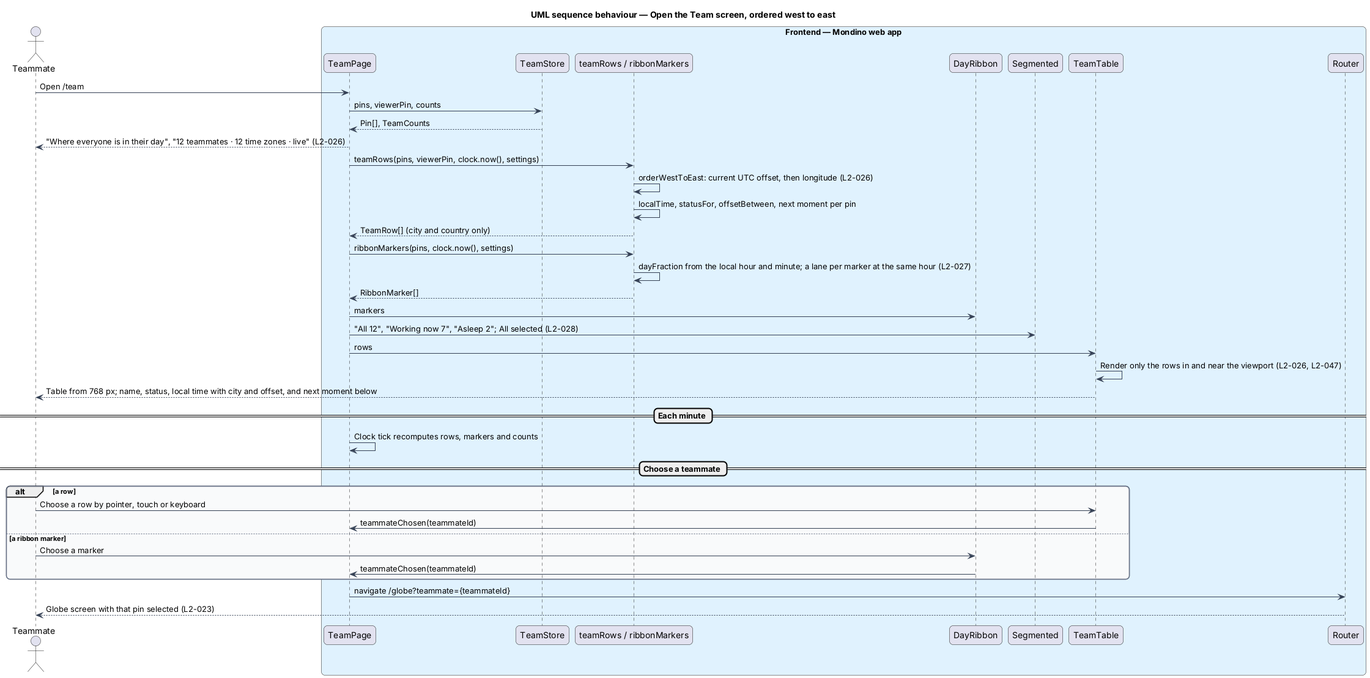
The PlantUML diagram docs/detailed-designs/team/view-team-through-the-day/diagrams/sequence-open-team-screen.png in QuinntyneBrown/Mondino, before a commit. Its source is kept beside it as docs/detailed-designs/team/view-team-through-the-day/diagrams/sequence-open-team-screen.puml. Its diagram source:
```plantuml
@startuml
title UML sequence behaviour — Open the Team screen, ordered west to east
skinparam backgroundColor #FFFFFF
skinparam shadowing false
skinparam roundcorner 12
skinparam defaultFontName Arial
skinparam ArrowColor #344054
skinparam rectangle {
  BorderColor #344054
  FontColor #101828
}
skinparam package {
  BorderColor #667085
  FontColor #101828
  BackgroundColor #F9FAFB
}
actor "Teammate" as actor
box "Frontend — Mondino web app" #E0F2FE
  participant "TeamPage" as page
  participant "TeamStore" as store
  participant "teamRows / ribbonMarkers" as fn
  participant "DayRibbon" as ribbon
  participant "Segmented" as chips
  participant "TeamTable" as table
  participant "Router" as router
end box
actor -> page : Open /team
page -> store : pins, viewerPin, counts
store --> page : Pin[], TeamCounts
page --> actor : "Where everyone is in their day", "12 teammates · 12 time zones · live" (L2-026)
page -> fn : teamRows(pins, viewerPin, clock.now(), settings)
fn -> fn : orderWestToEast: current UTC offset, then longitude (L2-026)
fn -> fn : localTime, statusFor, offsetBetween, next moment and its when per pin
fn --> page : TeamRow[] (city and country only)
page -> fn : ribbonMarkers(pins, clock.now(), settings)
fn -> fn : dayFraction from the local hour and minute; a lane per marker that would overlap another (L2-027)
fn --> page : RibbonMarker[]
page -> ribbon : markers
page -> chips : "All 12", "Working now 7", "Asleep 2"; All selected (L2-028)
page -> table : rows
table -> table : Render only the rows in and near the viewport (L2-026, L2-047)
table --> actor : Table from 768 px; name, status, local time with city and offset, and next moment below
== Each minute ==
page -> page : Clock tick recomputes rows, markers and counts
== Choose a teammate ==
alt a row
  actor -> table : Choose a row by pointer, touch or keyboard
  table -> page : teammateChosen(teammateId)
else a ribbon marker
  actor -> ribbon : Choose a marker
  ribbon -> page : teammateChosen(teammateId)
end
page -> router : navigate /globe?teammate={teammateId}
router --> actor : Globe screen with that pin selected (L2-023)
@enduml
```
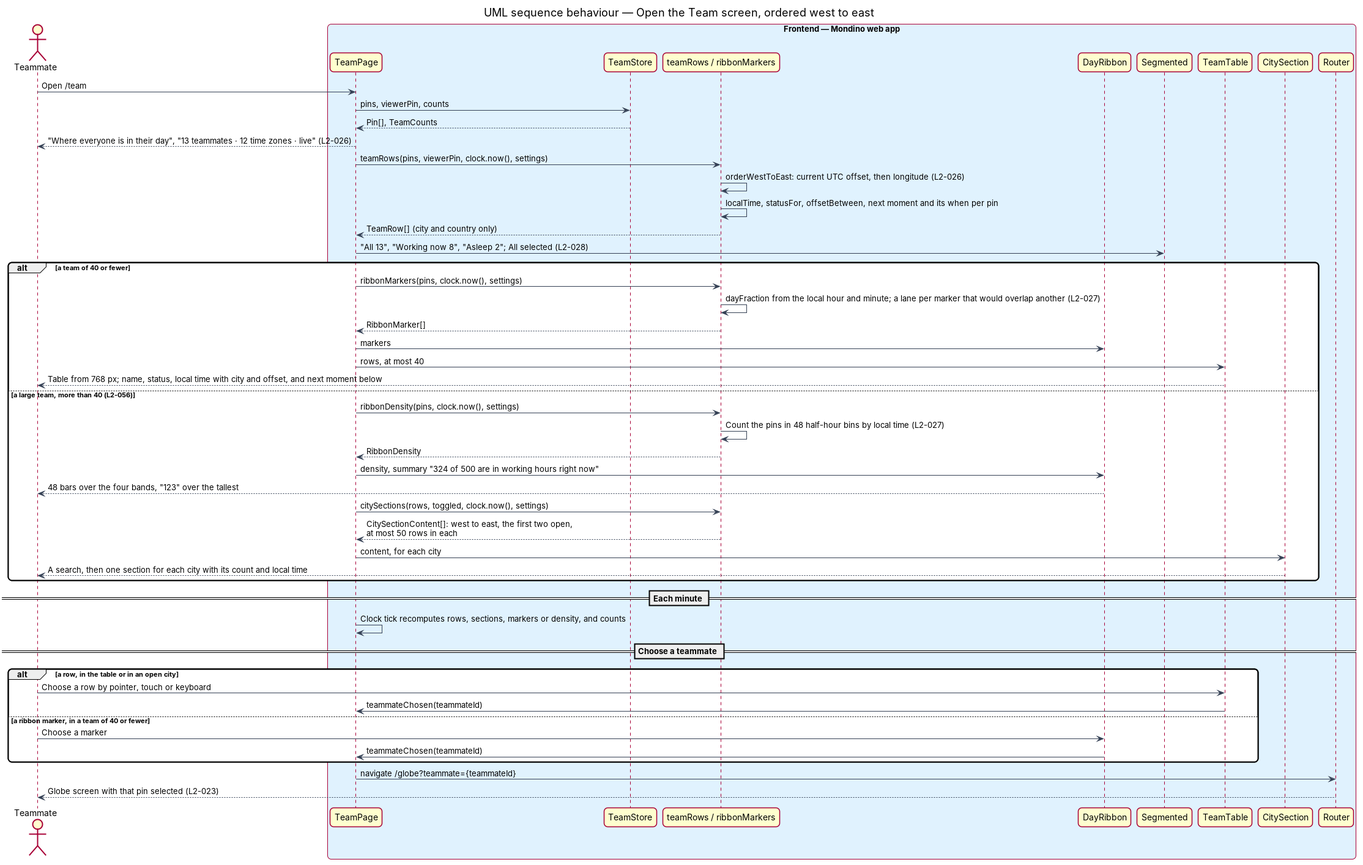
After the commit.

The edit, as a diff of the source:
```diff
@@ -22,31 +22,43 @@
   participant "DayRibbon" as ribbon
   participant "Segmented" as chips
   participant "TeamTable" as table
+  participant "CitySection" as city
   participant "Router" as router
 end box
 actor -> page : Open /team
 page -> store : pins, viewerPin, counts
 store --> page : Pin[], TeamCounts
-page --> actor : "Where everyone is in their day", "12 teammates · 12 time zones · live" (L2-026)
+page --> actor : "Where everyone is in their day", "13 teammates · 12 time zones · live" (L2-026)
 page -> fn : teamRows(pins, viewerPin, clock.now(), settings)
 fn -> fn : orderWestToEast: current UTC offset, then longitude (L2-026)
 fn -> fn : localTime, statusFor, offsetBetween, next moment and its when per pin
 fn --> page : TeamRow[] (city and country only)
-page -> fn : ribbonMarkers(pins, clock.now(), settings)
-fn -> fn : dayFraction from the local hour and minute; a lane per marker that would overlap another (L2-027)
-fn --> page : RibbonMarker[]
-page -> ribbon : markers
-page -> chips : "All 12", "Working now 7", "Asleep 2"; All selected (L2-028)
-page -> table : rows
-table -> table : Render only the rows in and near the viewport (L2-026, L2-047)
-table --> actor : Table from 768 px; name, status, local time with city and offset, and next moment below
+page -> chips : "All 13", "Working now 8", "Asleep 2"; All selected (L2-028)
+alt a team of 40 or fewer
+  page -> fn : ribbonMarkers(pins, clock.now(), settings)
+  fn -> fn : dayFraction from the local hour and minute; a lane per marker that would overlap another (L2-027)
+  fn --> page : RibbonMarker[]
+  page -> ribbon : markers
+  page -> table : rows, at most 40
+  table --> actor : Table from 768 px; name, status, local time with city and offset, and next moment below
+else a large team, more than 40 (L2-056)
+  page -> fn : ribbonDensity(pins, clock.now(), settings)
+  fn -> fn : Count the pins in 48 half-hour bins by local time (L2-027)
+  fn --> page : RibbonDensity
+  page -> ribbon : density, summary "324 of 500 are in working hours right now"
+  ribbon --> actor : 48 bars over the four bands, "123" over the tallest
+  page -> fn : citySections(rows, toggled, clock.now(), settings)
+  fn --> page : CitySectionContent[]: west to east, the first two open,\nat most 50 rows in each
+  page -> city : content, for each city
+  city --> actor : A search, then one section for each city with its count and local time
+end
 == Each minute ==
-page -> page : Clock tick recomputes rows, markers and counts
+page -> page : Clock tick recomputes rows, sections, markers or density, and counts
 == Choose a teammate ==
-alt a row
+alt a row, in the table or in an open city
   actor -> table : Choose a row by pointer, touch or keyboard
   table -> page : teammateChosen(teammateId)
-else a ribbon marker
+else a ribbon marker, in a team of 40 or fewer
   actor -> ribbon : Choose a marker
   ribbon -> page : teammateChosen(teammateId)
 end
```
